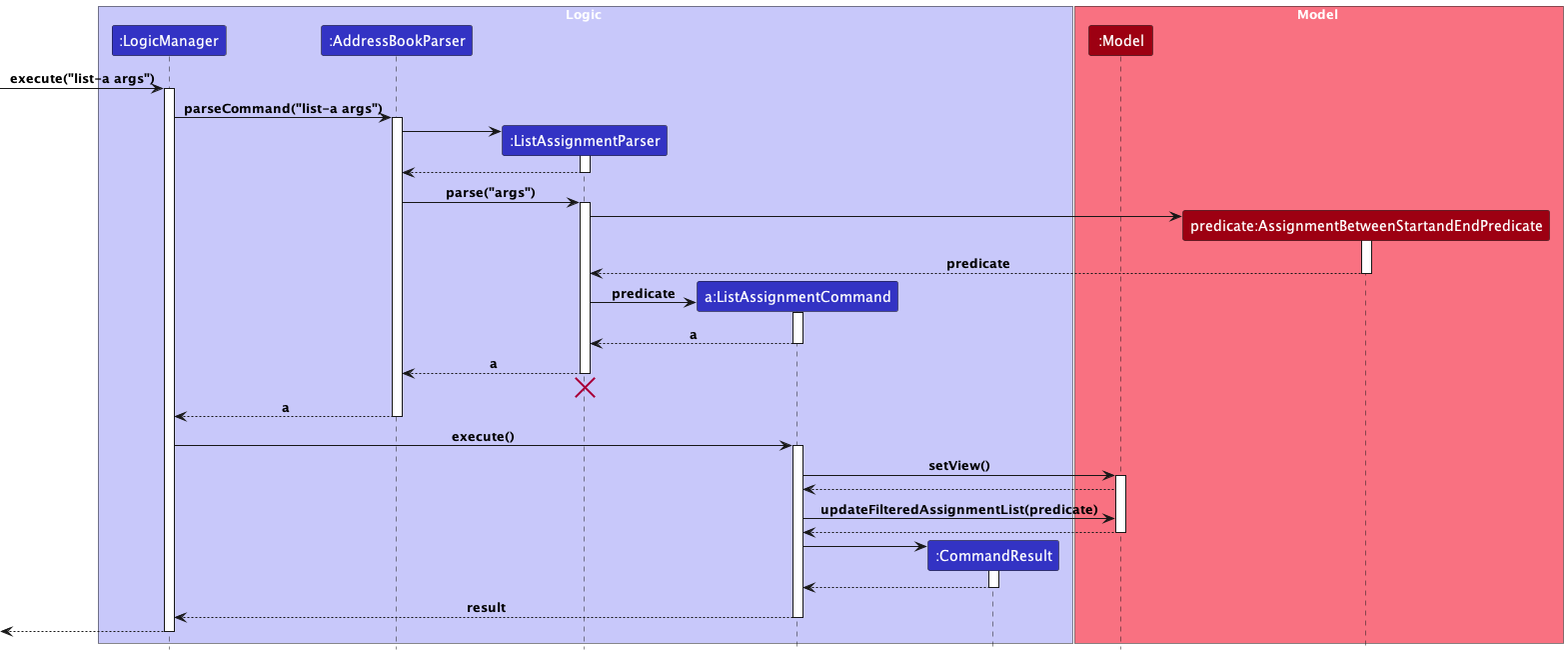
Before: docs/images/ListAssignmentSeq.png, a diagram exported from PlantUML (seewhyjay/tp). The source it was exported from:
```plantuml
@startuml
!include style.puml

box Logic LOGIC_COLOR_T1
participant ":LogicManager" as LogicManager LOGIC_COLOR
participant ":AddressBookParser" as AddressBookParser LOGIC_COLOR
participant ":ListAssignmentParser" as ListAssignmentParser LOGIC_COLOR
participant "a:ListAssignmentCommand" as ListAssignmentCommand LOGIC_COLOR
participant ":CommandResult" as CommandResult LOGIC_COLOR
end box

box Model MODEL_COLOR_T1
participant ":Model" as Model MODEL_COLOR
participant "predicate:AssignmentBetweenStartandEndPredicate" as AssignmentBetweenStartandEndPredicate MODEL_COLOR
end box


[-> LogicManager : execute("list-a args")
activate LogicManager

LogicManager -> AddressBookParser : parseCommand("list-a args")
activate AddressBookParser

create ListAssignmentParser
AddressBookParser -> ListAssignmentParser
activate ListAssignmentParser

ListAssignmentParser --> AddressBookParser
deactivate ListAssignmentParser

AddressBookParser -> ListAssignmentParser : parse("args")
activate ListAssignmentParser

create AssignmentBetweenStartandEndPredicate
ListAssignmentParser -> AssignmentBetweenStartandEndPredicate
activate AssignmentBetweenStartandEndPredicate

AssignmentBetweenStartandEndPredicate --> ListAssignmentParser : predicate
deactivate AssignmentBetweenStartandEndPredicate

create ListAssignmentCommand
ListAssignmentParser -> ListAssignmentCommand : predicate
activate ListAssignmentCommand

ListAssignmentCommand --> ListAssignmentParser : a
deactivate ListAssignmentCommand

ListAssignmentParser --> AddressBookParser : a
deactivate ListAssignmentParser
ListAssignmentParser -[hidden]-> AddressBookParser
destroy ListAssignmentParser

AddressBookParser --> LogicManager : a
deactivate AddressBookParser

LogicManager -> ListAssignmentCommand : execute()
activate ListAssignmentCommand

ListAssignmentCommand -> Model : setView()
activate Model

Model --> ListAssignmentCommand

ListAssignmentCommand -> Model : updateFilteredAssignmentList(predicate)

Model --> ListAssignmentCommand
deactivate Model

create CommandResult
ListAssignmentCommand -> CommandResult
activate CommandResult

CommandResult --> ListAssignmentCommand
deactivate CommandResult

ListAssignmentCommand --> LogicManager : result
deactivate ListAssignmentCommand

[<--LogicManager
deactivate LogicManager
@enduml
```
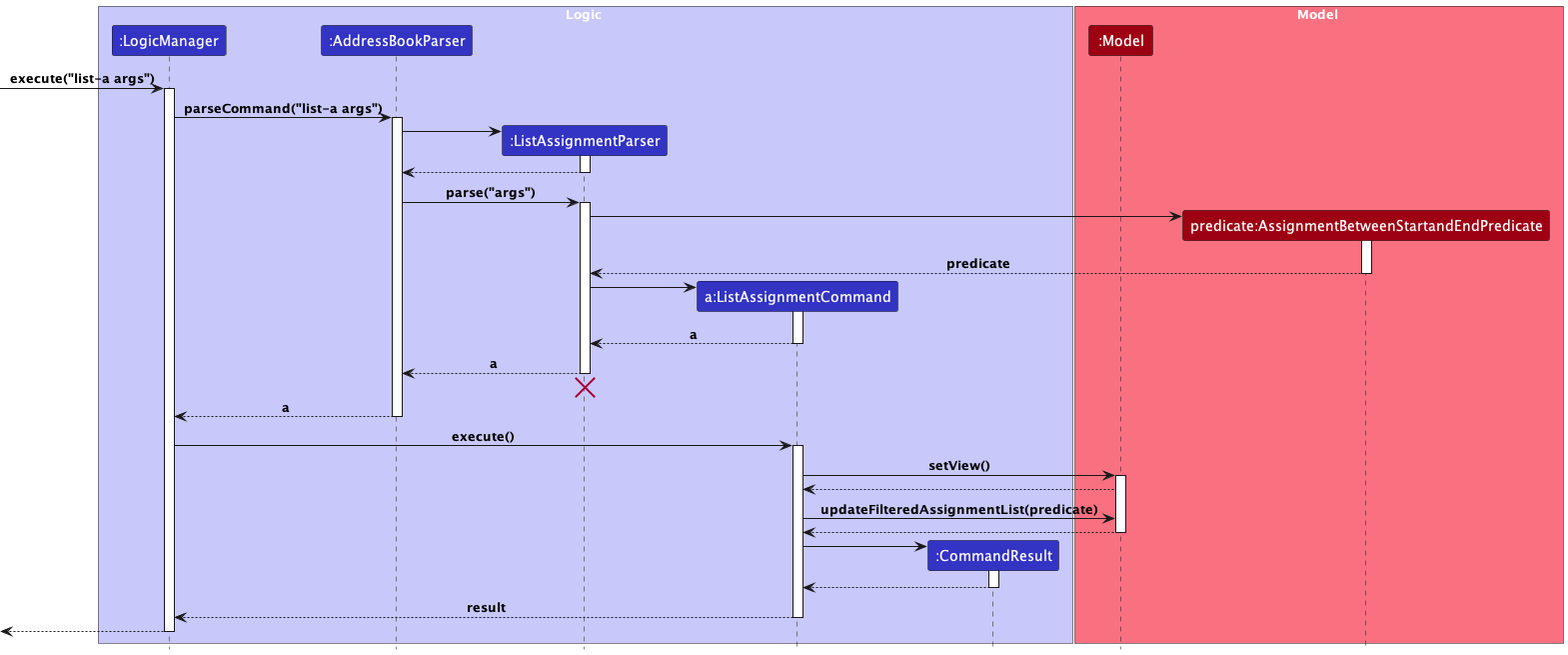
After the change.

Diff of the diagram source:
```diff
@@ -39,7 +39,7 @@
 deactivate AssignmentBetweenStartandEndPredicate
 
 create ListAssignmentCommand
-ListAssignmentParser -> ListAssignmentCommand : predicate
+ListAssignmentParser -> ListAssignmentCommand
 activate ListAssignmentCommand
 
 ListAssignmentCommand --> ListAssignmentParser : a
```
